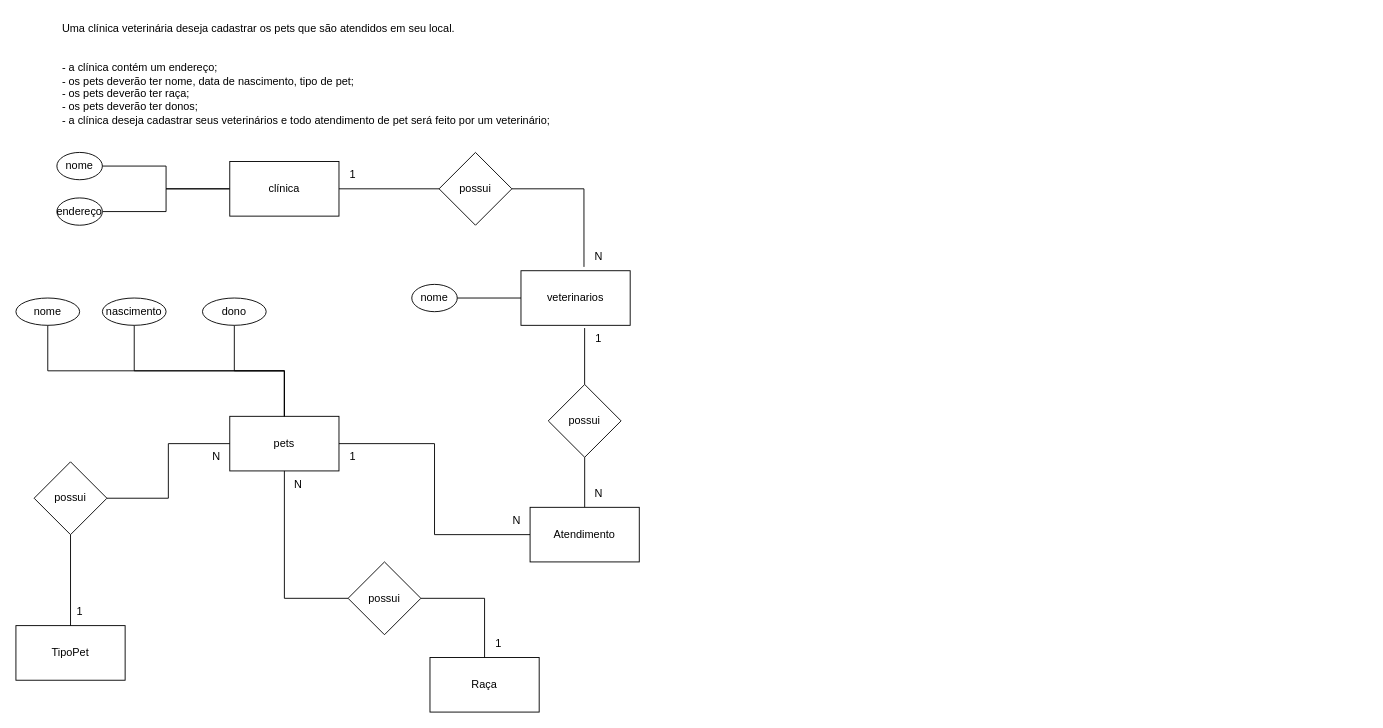
This is senai_sprint1_bd/exercicios/1.3-exercicio-pclinics/exec1.3.drawio from Guidcampos/SENAI-2SEMESTRE, a draw.io file, before an edit. Source tidied: cells renumbered, new cells numbered last; positions are measured from the earlier drawing's top-left corner, leaving out a move shared by most shapes. Both pictures are drawn from the tidied source at 91%, with x=0, y=0 at pixel (15, 15).
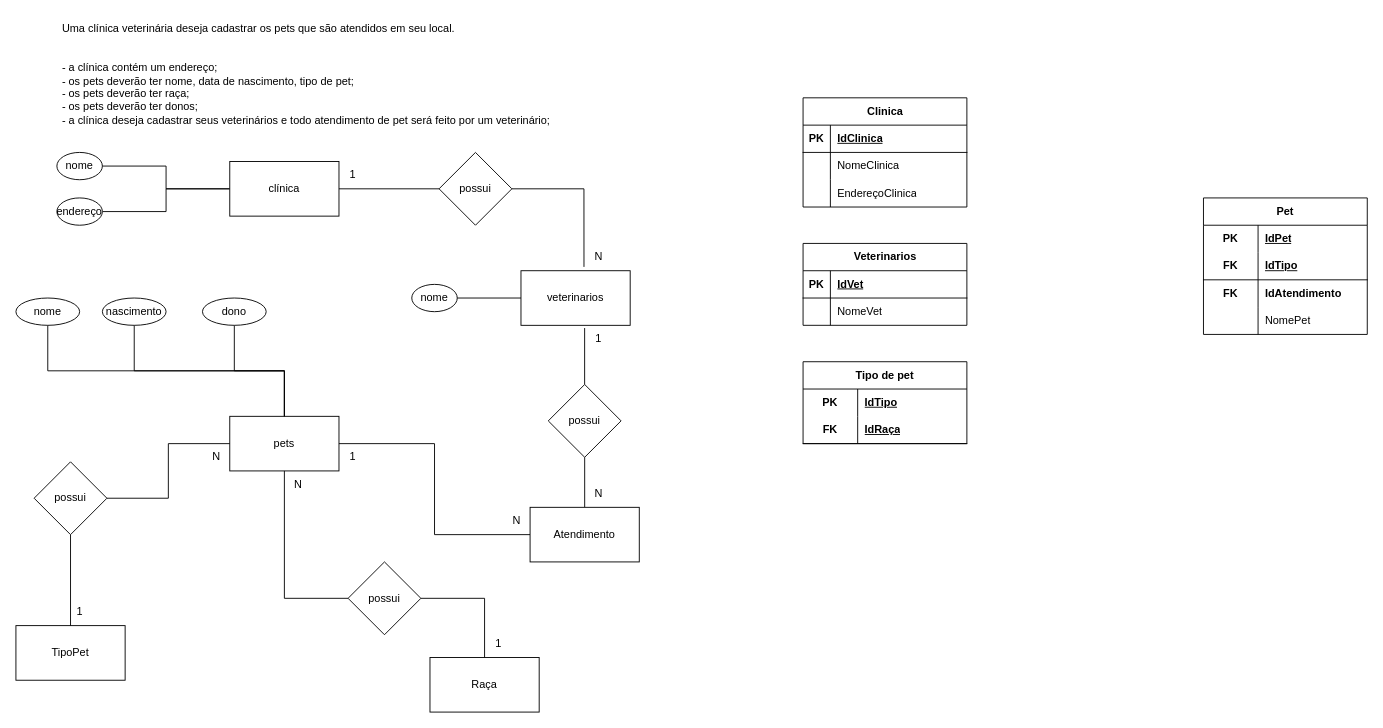
Above is the later version.

The edit, as a diff of the source:
```diff
@@
+    <mxCell id="44" value="Clinica" style="shape=table;startSize=30;childLayout=tableLayout;rowLines=0;fontStyle=1;align=center;html=1;" parent="1" vertex="1">
+      <mxGeometry x="865" y="90" width="180" height="120" as="geometry" />
+    </mxCell>
+    <mxCell id="45" style="shape=tableRow;horizontal=0;startSize=0;swimlaneHead=0;swimlaneBody=0;fillColor=none;top=0;left=0;right=0;bottom=1;" parent="44" vertex="1">
+      <mxGeometry y="30" width="180" height="30" as="geometry" />
+    </mxCell>
+    <mxCell id="46" value="PK" style="shape=partialRectangle;fillColor=none;top=0;left=0;bottom=0;right=0;fontStyle=1;overflow=hidden;whiteSpace=wrap;html=1;" parent="45" vertex="1">
+      <mxGeometry width="30" height="30" as="geometry" />
+    </mxCell>
+    <mxCell id="47" value="IdClinica" style="shape=partialRectangle;fillColor=none;top=0;left=0;bottom=0;right=0;align=left;spacingLeft=6;fontStyle=5;overflow=hidden;whiteSpace=wrap;html=1;" parent="45" vertex="1">
+      <mxGeometry x="30" width="150" height="30" as="geometry" />
+    </mxCell>
+    <mxCell id="48" style="shape=tableRow;horizontal=0;startSize=0;swimlaneHead=0;swimlaneBody=0;fillColor=none;top=0;left=0;right=0;bottom=0;" parent="44" vertex="1">
+      <mxGeometry y="60" width="180" height="30" as="geometry" />
+    </mxCell>
+    <mxCell id="49" style="shape=partialRectangle;fillColor=none;top=0;left=0;bottom=0;right=0;overflow=hidden;whiteSpace=wrap;html=1;" parent="48" vertex="1">
+      <mxGeometry width="30" height="30" as="geometry" />
+    </mxCell>
+    <mxCell id="50" value="NomeClinica" style="shape=partialRectangle;fillColor=none;top=0;left=0;bottom=0;right=0;align=left;spacingLeft=6;overflow=hidden;whiteSpace=wrap;html=1;" parent="48" vertex="1">
+      <mxGeometry x="30" width="150" height="30" as="geometry" />
+    </mxCell>
+    <mxCell id="51" style="shape=tableRow;horizontal=0;startSize=0;swimlaneHead=0;swimlaneBody=0;fillColor=none;top=0;left=0;right=0;bottom=0;" parent="44" vertex="1">
+      <mxGeometry y="90" width="180" height="30" as="geometry" />
+    </mxCell>
+    <mxCell id="52" style="shape=partialRectangle;fillColor=none;top=0;left=0;bottom=0;right=0;overflow=hidden;whiteSpace=wrap;html=1;" parent="51" vertex="1">
+      <mxGeometry width="30" height="30" as="geometry" />
+    </mxCell>
+    <mxCell id="53" value="EndereçoClinica" style="shape=partialRectangle;fillColor=none;top=0;left=0;bottom=0;right=0;align=left;spacingLeft=6;overflow=hidden;whiteSpace=wrap;html=1;" parent="51" vertex="1">
+      <mxGeometry x="30" width="150" height="30" as="geometry" />
+    </mxCell>
+    <mxCell id="54" value="Veterinarios" style="shape=table;startSize=30;childLayout=tableLayout;rowLines=0;fontStyle=1;align=center;html=1;" parent="1" vertex="1">
+      <mxGeometry x="865" y="250" width="180" height="90" as="geometry" />
+    </mxCell>
+    <mxCell id="55" style="shape=tableRow;horizontal=0;startSize=0;swimlaneHead=0;swimlaneBody=0;fillColor=none;top=0;left=0;right=0;bottom=1;" parent="54" vertex="1">
+      <mxGeometry y="30" width="180" height="30" as="geometry" />
+    </mxCell>
+    <mxCell id="56" value="PK" style="shape=partialRectangle;fillColor=none;top=0;left=0;bottom=0;right=0;fontStyle=1;overflow=hidden;whiteSpace=wrap;html=1;" parent="55" vertex="1">
+      <mxGeometry width="30" height="30" as="geometry" />
+    </mxCell>
+    <mxCell id="57" value="IdVet" style="shape=partialRectangle;fillColor=none;top=0;left=0;bottom=0;right=0;align=left;spacingLeft=6;fontStyle=5;overflow=hidden;whiteSpace=wrap;html=1;" parent="55" vertex="1">
+      <mxGeometry x="30" width="150" height="30" as="geometry" />
+    </mxCell>
+    <mxCell id="58" style="shape=tableRow;horizontal=0;startSize=0;swimlaneHead=0;swimlaneBody=0;fillColor=none;top=0;left=0;right=0;bottom=0;" parent="54" vertex="1">
+      <mxGeometry y="60" width="180" height="30" as="geometry" />
+    </mxCell>
+    <mxCell id="59" style="shape=partialRectangle;fillColor=none;top=0;left=0;bottom=0;right=0;overflow=hidden;whiteSpace=wrap;html=1;" parent="58" vertex="1">
+      <mxGeometry width="30" height="30" as="geometry" />
+    </mxCell>
+    <mxCell id="60" value="NomeVet" style="shape=partialRectangle;fillColor=none;top=0;left=0;bottom=0;right=0;align=left;spacingLeft=6;overflow=hidden;whiteSpace=wrap;html=1;" parent="58" vertex="1">
+      <mxGeometry x="30" width="150" height="30" as="geometry" />
+    </mxCell>
+    <mxCell id="61" value="Tipo de pet" style="shape=table;startSize=30;childLayout=tableLayout;rowLines=0;fontStyle=1;align=center;html=1;whiteSpace=wrap;" parent="1" vertex="1">
+      <mxGeometry x="865" y="380" width="180" height="90" as="geometry" />
+    </mxCell>
+    <mxCell id="62" style="shape=tableRow;horizontal=0;startSize=0;swimlaneHead=0;swimlaneBody=0;fillColor=none;top=0;left=0;right=0;bottom=0;html=1;" parent="61" vertex="1">
+      <mxGeometry y="30" width="180" height="30" as="geometry" />
+    </mxCell>
+    <mxCell id="63" value="PK" style="shape=partialRectangle;fillColor=none;top=0;left=0;bottom=0;right=0;fontStyle=1;overflow=hidden;html=1;whiteSpace=wrap;" parent="62" vertex="1">
+      <mxGeometry width="60" height="30" as="geometry" />
+    </mxCell>
+    <mxCell id="64" value="IdTipo" style="shape=partialRectangle;fillColor=none;top=0;left=0;bottom=0;right=0;align=left;spacingLeft=6;fontStyle=5;overflow=hidden;html=1;whiteSpace=wrap;" parent="62" vertex="1">
+      <mxGeometry x="60" width="120" height="30" as="geometry" />
+    </mxCell>
+    <mxCell id="65" style="shape=tableRow;horizontal=0;startSize=0;swimlaneHead=0;swimlaneBody=0;fillColor=none;top=0;left=0;right=0;bottom=1;html=1;" parent="61" vertex="1">
+      <mxGeometry y="60" width="180" height="30" as="geometry" />
+    </mxCell>
+    <mxCell id="66" value="FK" style="shape=partialRectangle;fillColor=none;top=0;left=0;bottom=0;right=0;fontStyle=1;overflow=hidden;html=1;whiteSpace=wrap;" parent="65" vertex="1">
+      <mxGeometry width="60" height="30" as="geometry" />
+    </mxCell>
+    <mxCell id="67" value="IdRaça" style="shape=partialRectangle;fillColor=none;top=0;left=0;bottom=0;right=0;align=left;spacingLeft=6;fontStyle=5;overflow=hidden;html=1;whiteSpace=wrap;" parent="65" vertex="1">
+      <mxGeometry x="60" width="120" height="30" as="geometry" />
+    </mxCell>
+    <mxCell id="68" value="Pet" style="shape=table;startSize=30;childLayout=tableLayout;rowLines=0;fontStyle=1;align=center;html=1;whiteSpace=wrap;" parent="1" vertex="1">
+      <mxGeometry x="1305" y="200" width="180" height="150" as="geometry" />
+    </mxCell>
+    <mxCell id="69" style="shape=tableRow;horizontal=0;startSize=0;swimlaneHead=0;swimlaneBody=0;fillColor=none;top=0;left=0;right=0;bottom=0;html=1;" parent="68" vertex="1">
+      <mxGeometry y="30" width="180" height="30" as="geometry" />
+    </mxCell>
+    <mxCell id="70" value="PK" style="shape=partialRectangle;fillColor=none;top=0;left=0;bottom=0;right=0;fontStyle=1;overflow=hidden;html=1;whiteSpace=wrap;" parent="69" vertex="1">
+      <mxGeometry width="60" height="30" as="geometry" />
+    </mxCell>
+    <mxCell id="71" value="IdPet" style="shape=partialRectangle;fillColor=none;top=0;left=0;bottom=0;right=0;align=left;spacingLeft=6;fontStyle=5;overflow=hidden;html=1;whiteSpace=wrap;" parent="69" vertex="1">
+      <mxGeometry x="60" width="120" height="30" as="geometry" />
+    </mxCell>
+    <mxCell id="72" style="shape=tableRow;horizontal=0;startSize=0;swimlaneHead=0;swimlaneBody=0;fillColor=none;top=0;left=0;right=0;bottom=1;html=1;" parent="68" vertex="1">
+      <mxGeometry y="60" width="180" height="30" as="geometry" />
+    </mxCell>
+    <mxCell id="73" value="FK" style="shape=partialRectangle;fillColor=none;top=0;left=0;bottom=0;right=0;fontStyle=1;overflow=hidden;html=1;whiteSpace=wrap;" parent="72" vertex="1">
+      <mxGeometry width="60" height="30" as="geometry" />
+    </mxCell>
+    <mxCell id="74" value="IdTipo" style="shape=partialRectangle;fillColor=none;top=0;left=0;bottom=0;right=0;align=left;spacingLeft=6;fontStyle=5;overflow=hidden;html=1;whiteSpace=wrap;" parent="72" vertex="1">
+      <mxGeometry x="60" width="120" height="30" as="geometry" />
+    </mxCell>
+    <mxCell id="75" style="shape=tableRow;horizontal=0;startSize=0;swimlaneHead=0;swimlaneBody=0;fillColor=none;top=0;left=0;right=0;bottom=0;html=1;" parent="68" vertex="1">
+      <mxGeometry y="90" width="180" height="30" as="geometry" />
+    </mxCell>
+    <mxCell id="76" value="&lt;b&gt;FK&lt;/b&gt;" style="shape=partialRectangle;fillColor=none;top=0;left=0;bottom=0;right=0;overflow=hidden;html=1;whiteSpace=wrap;" parent="75" vertex="1">
+      <mxGeometry width="60" height="30" as="geometry" />
+    </mxCell>
+    <mxCell id="77" value="&lt;b&gt;IdAtendimento&lt;/b&gt;" style="shape=partialRectangle;fillColor=none;top=0;left=0;bottom=0;right=0;align=left;spacingLeft=6;overflow=hidden;html=1;whiteSpace=wrap;" parent="75" vertex="1">
+      <mxGeometry x="60" width="120" height="30" as="geometry" />
+    </mxCell>
+    <mxCell id="78" style="shape=tableRow;horizontal=0;startSize=0;swimlaneHead=0;swimlaneBody=0;fillColor=none;top=0;left=0;right=0;bottom=0;html=1;" parent="68" vertex="1">
+      <mxGeometry y="120" width="180" height="30" as="geometry" />
+    </mxCell>
+    <mxCell id="79" style="shape=partialRectangle;fillColor=none;top=0;left=0;bottom=0;right=0;overflow=hidden;html=1;whiteSpace=wrap;" parent="78" vertex="1">
+      <mxGeometry width="60" height="30" as="geometry" />
+    </mxCell>
+    <mxCell id="80" value="NomePet" style="shape=partialRectangle;fillColor=none;top=0;left=0;bottom=0;right=0;align=left;spacingLeft=6;overflow=hidden;html=1;whiteSpace=wrap;" parent="78" vertex="1">
+      <mxGeometry x="60" width="120" height="30" as="geometry" />
+    </mxCell>
```
